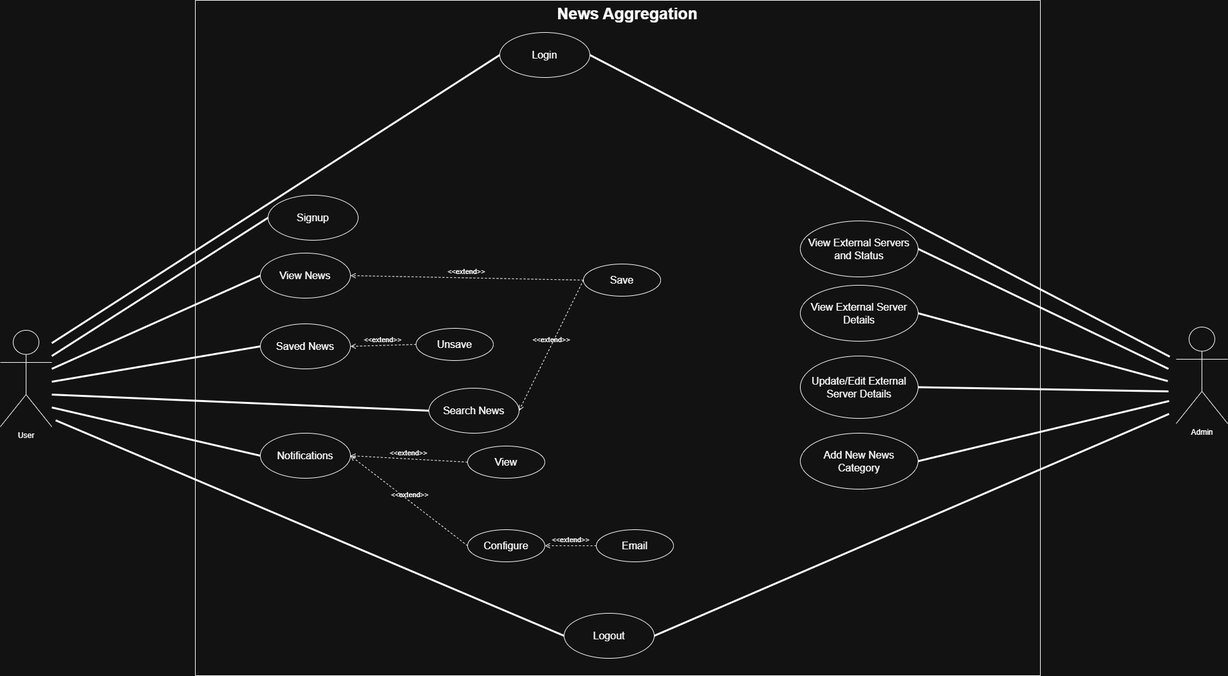
Earlier version of the draw.io export News Aggregation UML/Use_Case.drawio.png (laxmanojha/Learn-and-Code). Source tidied: cells renumbered, new cells last; positions are measured from the earlier drawing's top-left corner, leaving out a move shared by most shapes.
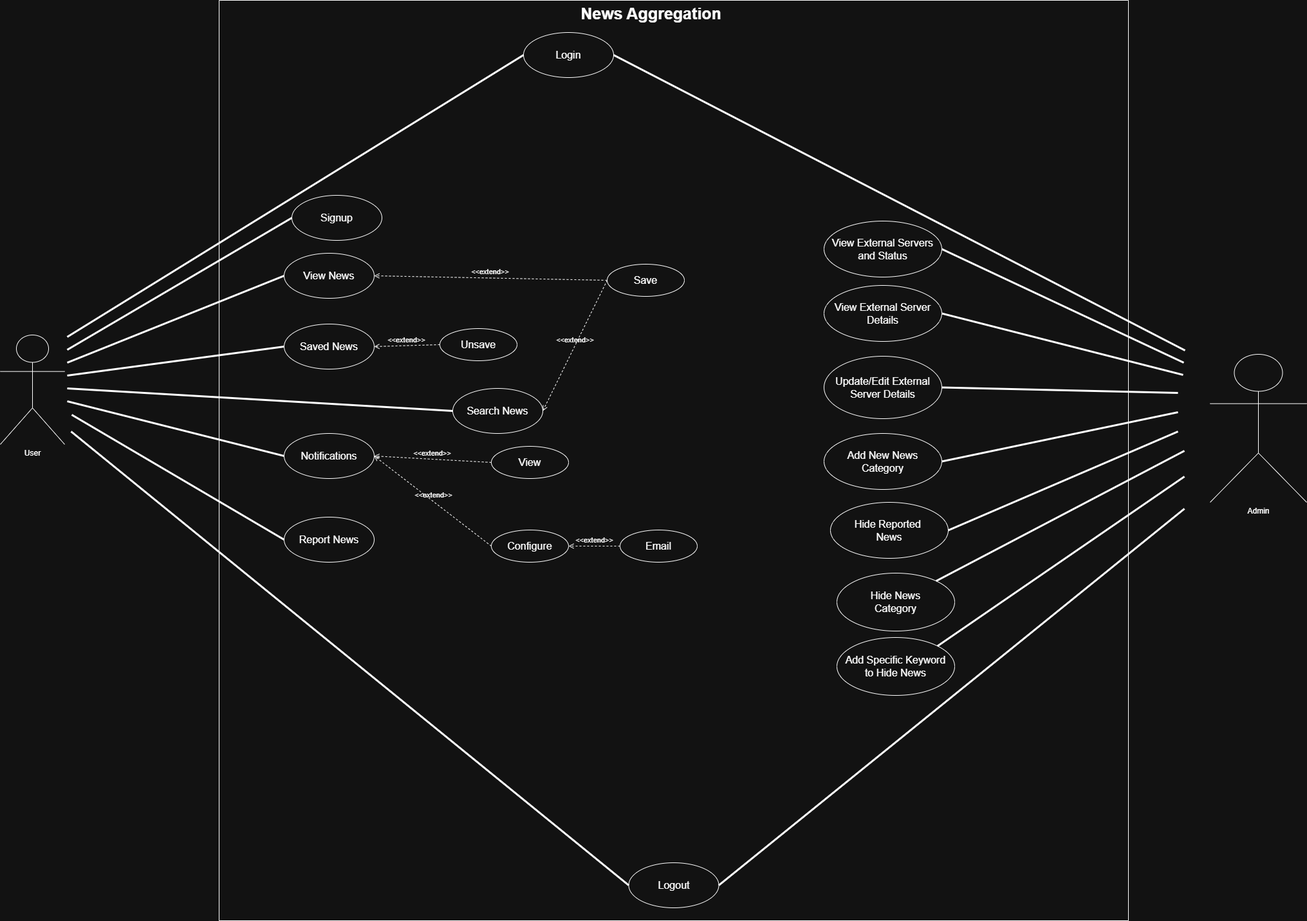
After the change.

Commit message:
Updated the use case diagram

Diff of the diagram source:
```diff
@@ -3,7 +3,7 @@
     <mxCell id="0" />
     <mxCell id="1" parent="0" />
     <mxCell id="2" style="swimlane;startSize=0;glass=0;" parent="1" vertex="1">
-      <mxGeometry x="303" width="1313" height="1050" as="geometry" />
+      <mxGeometry x="316" y="10" width="1413" height="1430" as="geometry" />
     </mxCell>
     <mxCell id="3" value="&lt;font style=&quot;font-size: 25px;&quot;&gt;&lt;b&gt;News Aggregation&lt;/b&gt;&lt;/font&gt;" style="text;html=1;align=center;verticalAlign=middle;strokeColor=none;fillColor=none;" parent="2" vertex="1">
       <mxGeometry x="551" width="240" height="40" as="geometry" />
@@ -60,7 +60,7 @@
       <mxGeometry relative="1" as="geometry" />
     </mxCell>
     <mxCell id="21" value="&lt;font style=&quot;font-size: 16px;&quot;&gt;Logout&lt;/font&gt;" style="ellipse;whiteSpace=wrap;html=1;" parent="2" vertex="1">
-      <mxGeometry x="573" y="953" width="140" height="70" as="geometry" />
+      <mxGeometry x="636.5" y="1340" width="140" height="70" as="geometry" />
     </mxCell>
     <mxCell id="22" value="&lt;font style=&quot;font-size: 16px;&quot;&gt;Add New News&lt;/font&gt;&lt;div&gt;&lt;font style=&quot;font-size: 16px;&quot;&gt;Category&lt;/font&gt;&lt;/div&gt;" style="ellipse;whiteSpace=wrap;html=1;" parent="2" vertex="1">
       <mxGeometry x="940" y="673" width="183" height="87" as="geometry" />
@@ -74,6 +74,28 @@
     <mxCell id="25" value="&lt;font style=&quot;font-size: 16px;&quot;&gt;Update/Edit&amp;nbsp;&lt;/font&gt;&lt;span style=&quot;font-size: 16px;&quot;&gt;External&lt;/span&gt;&lt;div&gt;&lt;font style=&quot;font-size: 16px;&quot;&gt;Server Details&lt;/font&gt;&lt;/div&gt;" style="ellipse;whiteSpace=wrap;html=1;" parent="2" vertex="1">
       <mxGeometry x="940" y="553" width="183" height="97" as="geometry" />
     </mxCell>
+    <mxCell id="41" value="&lt;span style=&quot;font-size: 16px;&quot;&gt;Hide Reported&amp;nbsp;&lt;/span&gt;&lt;div&gt;&lt;span style=&quot;font-size: 16px;&quot;&gt;News&lt;/span&gt;&lt;/div&gt;" style="ellipse;whiteSpace=wrap;html=1;" parent="2" vertex="1">
+      <mxGeometry x="950" y="780" width="183" height="87" as="geometry" />
+    </mxCell>
+    <mxCell id="42" value="&lt;span style=&quot;font-size: 16px;&quot;&gt;Hide News&lt;/span&gt;&lt;div&gt;&lt;span style=&quot;font-size: 16px;&quot;&gt;Category&lt;/span&gt;&lt;/div&gt;" style="ellipse;whiteSpace=wrap;html=1;" parent="2" vertex="1">
+      <mxGeometry x="960" y="890" width="183" height="90" as="geometry" />
+    </mxCell>
+    <mxCell id="43" style="endArrow=none;startArrow=none;endFill=0;startFill=0;endSize=8;html=1;verticalAlign=bottom;labelBackgroundColor=none;strokeWidth=3;rounded=0;" parent="2" edge="1" source="42">
+      <mxGeometry relative="1" as="geometry">
+        <mxPoint x="1500" y="700" as="targetPoint" />
+      </mxGeometry>
+    </mxCell>
+    <mxCell id="44" value="&lt;span style=&quot;font-size: 16px;&quot;&gt;Add Specific Keyword&lt;/span&gt;&lt;div&gt;&lt;span style=&quot;font-size: 16px;&quot;&gt;to Hide News&lt;/span&gt;&lt;/div&gt;" style="ellipse;whiteSpace=wrap;html=1;" parent="2" vertex="1">
+      <mxGeometry x="960" y="990" width="183" height="90" as="geometry" />
+    </mxCell>
+    <mxCell id="45" value="&lt;font style=&quot;font-size: 16px;&quot;&gt;Report News&lt;/font&gt;" style="ellipse;whiteSpace=wrap;html=1;" parent="2" vertex="1">
+      <mxGeometry x="101" y="803" width="140" height="70" as="geometry" />
+    </mxCell>
+    <mxCell id="46" style="endArrow=none;startArrow=none;endFill=0;startFill=0;endSize=8;html=1;verticalAlign=bottom;labelBackgroundColor=none;strokeWidth=3;rounded=0;entryX=0;entryY=0.5;entryDx=0;entryDy=0;" parent="2" edge="1" target="45">
+      <mxGeometry relative="1" as="geometry">
+        <mxPoint x="-229" y="644" as="sourcePoint" />
+      </mxGeometry>
+    </mxCell>
     <mxCell id="26" style="endArrow=none;startArrow=none;endFill=0;startFill=0;endSize=8;html=1;verticalAlign=bottom;labelBackgroundColor=none;strokeWidth=3;rounded=0;entryX=0;entryY=0.5;entryDx=0;entryDy=0;" parent="1" edge="1" target="4">
       <mxGeometry relative="1" as="geometry">
         <mxPoint x="80" y="533" as="sourcePoint" />
@@ -105,10 +127,10 @@
       </mxGeometry>
     </mxCell>
     <mxCell id="32" value="User" style="shape=umlActor;verticalLabelPosition=bottom;verticalAlign=top;html=1;" parent="1" vertex="1">
-      <mxGeometry y="513" width="80" height="150" as="geometry" />
+      <mxGeometry x="-24" y="530" width="100" height="170" as="geometry" />
     </mxCell>
     <mxCell id="33" value="Admin" style="shape=umlActor;verticalLabelPosition=bottom;verticalAlign=top;html=1;" parent="1" vertex="1">
-      <mxGeometry x="1827" y="508" width="80" height="150" as="geometry" />
+      <mxGeometry x="1856" y="560" width="150" height="230" as="geometry" />
     </mxCell>
     <mxCell id="34" style="endArrow=none;startArrow=none;endFill=0;startFill=0;endSize=8;html=1;verticalAlign=bottom;labelBackgroundColor=none;strokeWidth=3;rounded=0;entryX=1;entryY=0.5;entryDx=0;entryDy=0;" parent="1" edge="1" target="23">
       <mxGeometry relative="1" as="geometry">
@@ -122,22 +144,22 @@
     </mxCell>
     <mxCell id="36" style="endArrow=none;startArrow=none;endFill=0;startFill=0;endSize=8;html=1;verticalAlign=bottom;labelBackgroundColor=none;strokeWidth=3;rounded=0;entryX=1;entryY=0.5;entryDx=0;entryDy=0;" parent="1" edge="1" target="25">
       <mxGeometry relative="1" as="geometry">
-        <mxPoint x="1815" y="608" as="sourcePoint" />
+        <mxPoint x="1806" y="620" as="sourcePoint" />
       </mxGeometry>
     </mxCell>
     <mxCell id="37" style="endArrow=none;startArrow=none;endFill=0;startFill=0;endSize=8;html=1;verticalAlign=bottom;labelBackgroundColor=none;strokeWidth=3;rounded=0;exitX=1;exitY=0.5;exitDx=0;exitDy=0;" parent="1" edge="1" source="22">
       <mxGeometry relative="1" as="geometry">
-        <mxPoint x="1816" y="623" as="targetPoint" />
+        <mxPoint x="1806" y="650" as="targetPoint" />
       </mxGeometry>
     </mxCell>
     <mxCell id="38" style="endArrow=none;startArrow=none;endFill=0;startFill=0;endSize=8;html=1;verticalAlign=bottom;labelBackgroundColor=none;strokeWidth=3;rounded=0;entryX=0;entryY=0.5;entryDx=0;entryDy=0;" parent="1" edge="1" target="21">
       <mxGeometry relative="1" as="geometry">
-        <mxPoint x="86" y="653" as="sourcePoint" />
+        <mxPoint x="86" y="680" as="sourcePoint" />
       </mxGeometry>
     </mxCell>
     <mxCell id="39" style="endArrow=none;startArrow=none;endFill=0;startFill=0;endSize=8;html=1;verticalAlign=bottom;labelBackgroundColor=none;strokeWidth=3;rounded=0;exitX=1;exitY=0.5;exitDx=0;exitDy=0;" parent="1" edge="1" source="21">
       <mxGeometry relative="1" as="geometry">
-        <mxPoint x="1816" y="643" as="targetPoint" />
+        <mxPoint x="1816" y="800" as="targetPoint" />
       </mxGeometry>
     </mxCell>
     <mxCell id="40" style="endArrow=none;startArrow=none;endFill=0;startFill=0;endSize=8;html=1;verticalAlign=bottom;labelBackgroundColor=none;strokeWidth=3;rounded=0;entryX=1;entryY=0.5;entryDx=0;entryDy=0;" parent="1" edge="1" target="4">
@@ -145,5 +167,15 @@
         <mxPoint x="1817" y="554" as="sourcePoint" />
       </mxGeometry>
     </mxCell>
+    <mxCell id="47" style="endArrow=none;startArrow=none;endFill=0;startFill=0;endSize=8;html=1;verticalAlign=bottom;labelBackgroundColor=none;strokeWidth=3;rounded=0;exitX=1;exitY=0.5;exitDx=0;exitDy=0;" parent="1" edge="1" source="41">
+      <mxGeometry relative="1" as="geometry">
+        <mxPoint x="1806" y="680" as="targetPoint" />
+      </mxGeometry>
+    </mxCell>
+    <mxCell id="48" style="endArrow=none;startArrow=none;endFill=0;startFill=0;endSize=8;html=1;verticalAlign=bottom;labelBackgroundColor=none;strokeWidth=3;rounded=0;exitX=1;exitY=0;exitDx=0;exitDy=0;" parent="1" edge="1" source="44">
+      <mxGeometry relative="1" as="geometry">
+        <mxPoint x="1816" y="750" as="targetPoint" />
+      </mxGeometry>
+    </mxCell>
   </root>
 </mxGraphModel>
```
